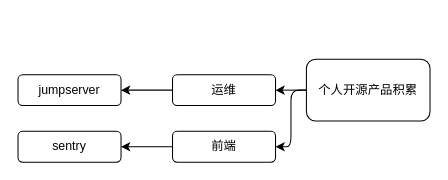
Above: 技术栈类型/个人开源产品积累.drawio in wurh/myDesignDoc (draw.io), before the change. Source tidied: cells renumbered, new cells numbered last; positions are measured from the earlier drawing's top-left corner, leaving out a move shared by most shapes. Both pictures are drawn from the tidied source at 103%, with x=0, y=0 at pixel (18, 59).
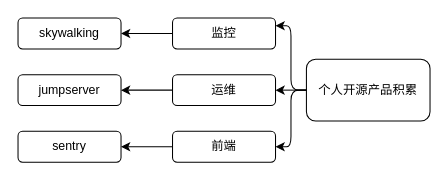
Above is the later version.

Commit message (it also covers changes not shown here):
Update 个人开源产品积累.drawio

The edit, as a diff of the source:
```diff
@@
 <mxGraphModel>
   <root>
     <mxCell id="0" />
     <mxCell id="1" parent="0" />
     <mxCell id="2" value="个人开源产品积累" style="rounded=1;whiteSpace=wrap;html=1;" parent="1" vertex="1">
       <mxGeometry x="280" width="120" height="60" as="geometry" />
     </mxCell>
     <mxCell id="3" value="运维" style="rounded=1;whiteSpace=wrap;html=1;" parent="1" vertex="1">
       <mxGeometry x="150" y="15" width="100" height="30" as="geometry" />
     </mxCell>
     <mxCell id="4" value="jumpserver" style="rounded=1;whiteSpace=wrap;html=1;" parent="1" vertex="1">
       <mxGeometry y="15" width="100" height="30" as="geometry" />
     </mxCell>
     <mxCell id="5" style="endArrow=classic;html=1;exitX=0;exitY=0.5;exitDx=0;exitDy=0;entryX=1;entryY=0.5;entryDx=0;entryDy=0;edgeStyle=orthogonalEdgeStyle;" parent="1" edge="1" source="3" target="4">
       <mxGeometry relative="1" as="geometry" />
     </mxCell>
     <mxCell id="6" style="endArrow=classic;html=1;exitX=0;exitY=0.5;exitDx=0;exitDy=0;entryX=1;entryY=0.5;entryDx=0;entryDy=0;" parent="1" edge="1" source="2" target="3">
       <mxGeometry relative="1" as="geometry" />
     </mxCell>
     <mxCell id="7" style="edgeStyle=orthogonalEdgeStyle;rounded=0;jettySize=auto;html=1;" parent="1" edge="1" source="8" target="9">
       <mxGeometry relative="1" as="geometry" />
     </mxCell>
     <mxCell id="8" value="前端" style="rounded=1;whiteSpace=wrap;html=1;" parent="1" vertex="1">
       <mxGeometry x="150" y="70" width="100" height="30" as="geometry" />
     </mxCell>
     <mxCell id="9" value="sentry" style="rounded=1;whiteSpace=wrap;html=1;" parent="1" vertex="1">
       <mxGeometry y="70" width="100" height="30" as="geometry" />
     </mxCell>
     <mxCell id="10" style="endArrow=classic;html=1;exitX=0;exitY=0.5;exitDx=0;exitDy=0;entryX=1;entryY=0.5;entryDx=0;entryDy=0;edgeStyle=orthogonalEdgeStyle;" parent="1" edge="1" source="2" target="8">
       <mxGeometry relative="1" as="geometry" />
     </mxCell>
+    <mxCell id="11" style="edgeStyle=orthogonalEdgeStyle;rounded=0;jettySize=auto;html=1;" parent="1" edge="1" source="12" target="13">
+      <mxGeometry relative="1" as="geometry" />
+    </mxCell>
+    <mxCell id="12" value="监控" style="rounded=1;whiteSpace=wrap;html=1;" parent="1" vertex="1">
+      <mxGeometry x="150" y="-40" width="100" height="30" as="geometry" />
+    </mxCell>
+    <mxCell id="13" value="skywalking" style="rounded=1;whiteSpace=wrap;html=1;" parent="1" vertex="1">
+      <mxGeometry y="-40" width="100" height="30" as="geometry" />
+    </mxCell>
+    <mxCell id="14" style="endArrow=classic;html=1;exitX=0;exitY=0.5;exitDx=0;exitDy=0;entryX=1;entryY=0.25;entryDx=0;entryDy=0;edgeStyle=orthogonalEdgeStyle;" parent="1" edge="1" source="2" target="12">
+      <mxGeometry relative="1" as="geometry" />
+    </mxCell>
   </root>
 </mxGraphModel>
```
